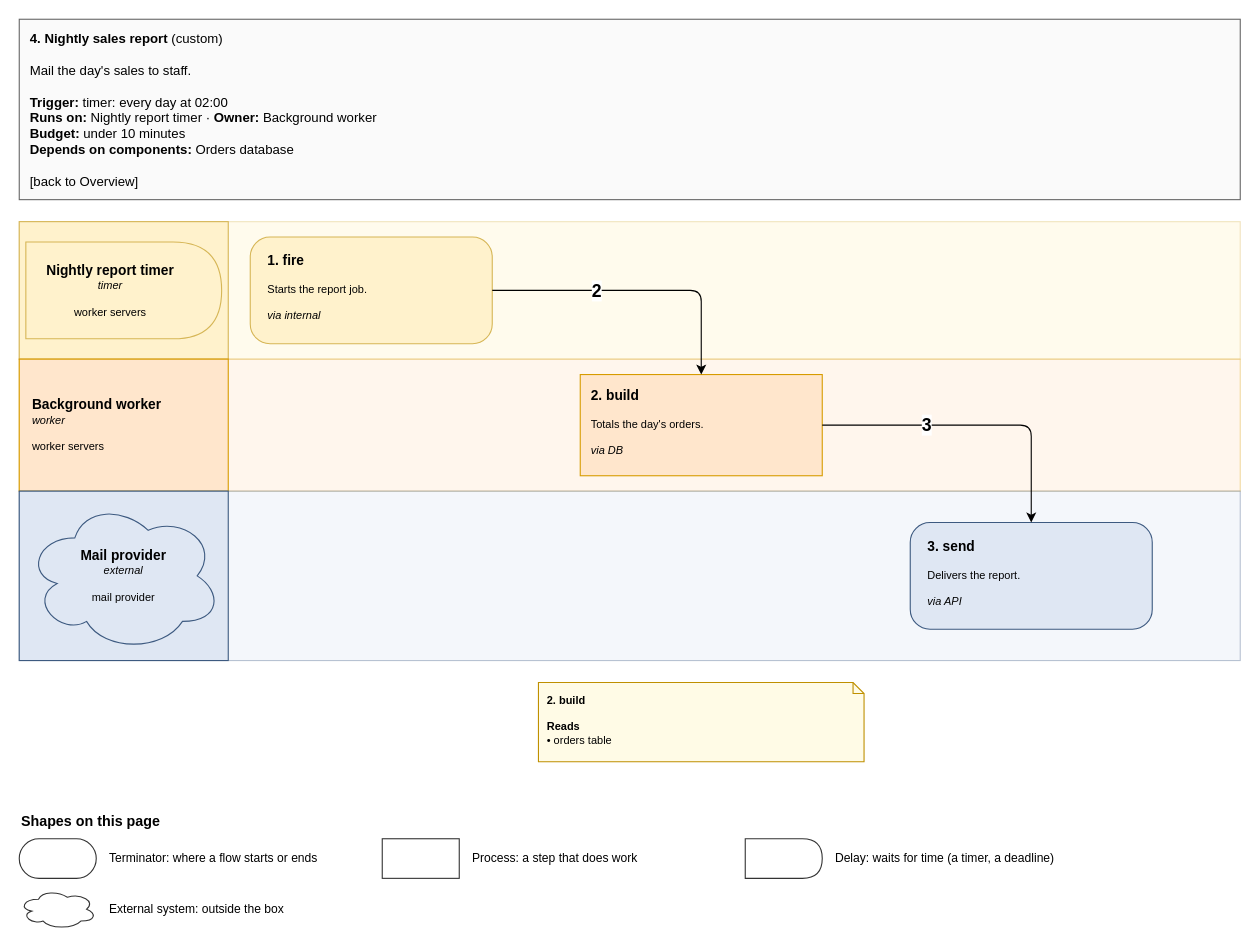
Above: page "4. Nightly sales report" (6 of 7) of specialists/platform/skill-drawio/examples/shop/drawio/flows.drawio in amalikn/skills_stuff (draw.io), before the change. Source tidied: cells renumbered, new cells numbered last; positions are measured from the earlier drawing's top-left corner, leaving out a move shared by most shapes. Both pictures are drawn from the tidied source at 110%, with x=0, y=0 at pixel (19, 19).
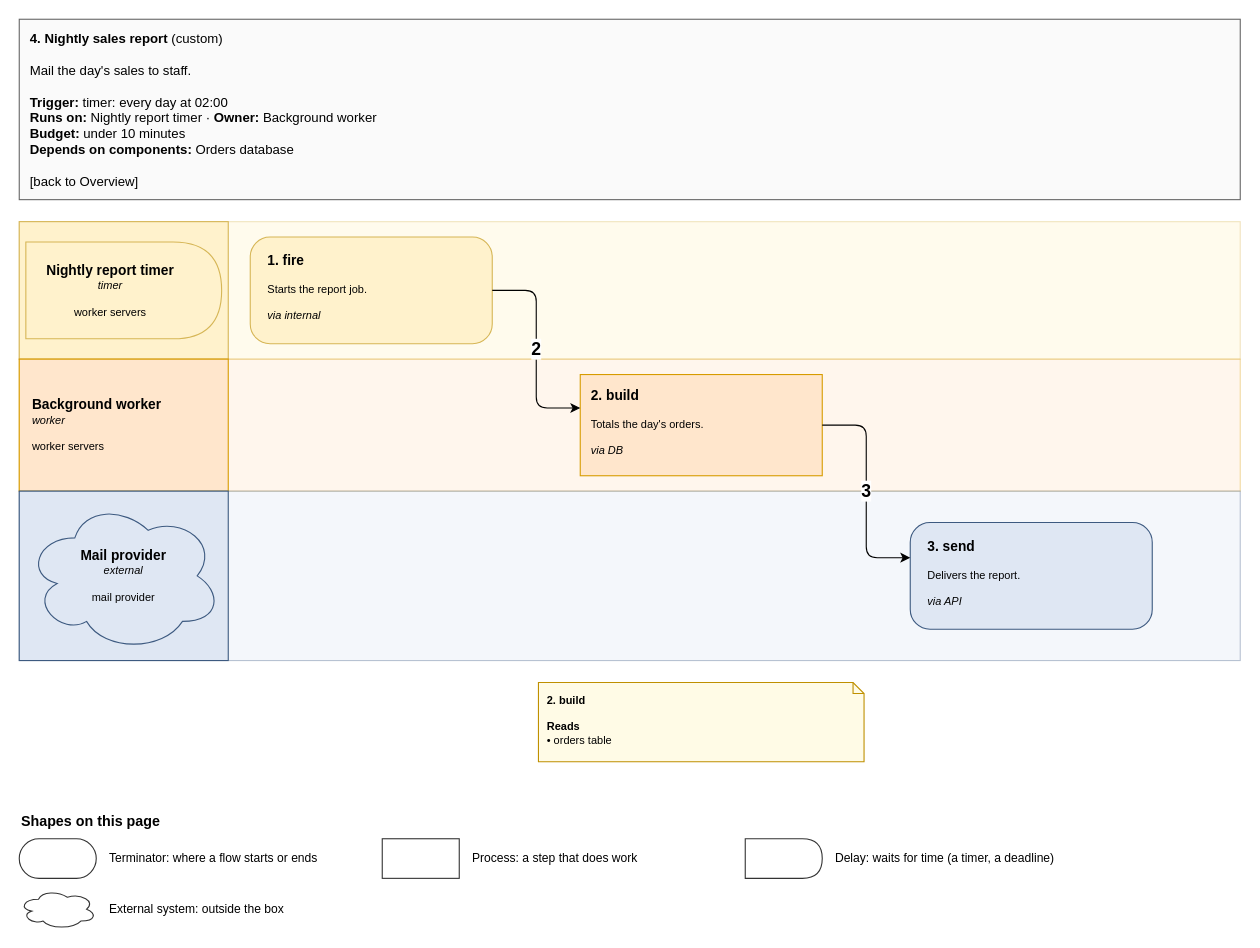
The same page after the edit.

The change refers to these unchanged cells:
```xml
<mxCell id="11" value="&lt;span style=&quot;font-size:125%&quot;&gt;&lt;b&gt;1. fire&lt;/b&gt;&lt;/span&gt;&lt;br&gt; &lt;br&gt;Starts the report job.&lt;br&gt; &lt;br&gt;&lt;i&gt;via internal&lt;/i&gt;" style="rounded=1;whiteSpace=wrap;html=1;fillColor=#fff2cc;strokeColor=#d6b656;fontSize=11;arcSize=8;fontSize=10;align=left;verticalAlign=top;spacingLeft=8;spacingRight=6;spacingTop=6;rounded=1;absoluteArcSize=1;arcSize=36;spacingLeft=14;spacingRight=12;spacingTop=8;" parent="1" vertex="1">
  <mxGeometry x="210" y="198" width="220" height="97" as="geometry" />
</mxCell>
<mxCell id="12" value="&lt;span style=&quot;font-size:125%&quot;&gt;&lt;b&gt;2. build&lt;/b&gt;&lt;/span&gt;&lt;br&gt; &lt;br&gt;Totals the day&amp;#x27;s orders.&lt;br&gt; &lt;br&gt;&lt;i&gt;via DB&lt;/i&gt;" style="rounded=1;whiteSpace=wrap;html=1;fillColor=#ffe6cc;strokeColor=#d79b00;fontSize=11;arcSize=8;fontSize=10;align=left;verticalAlign=top;spacingLeft=8;spacingRight=6;spacingTop=6;rounded=0;" parent="1" vertex="1">
  <mxGeometry x="510" y="323" width="220" height="92" as="geometry" />
</mxCell>
<mxCell id="14" value="&lt;span style=&quot;font-size:125%&quot;&gt;&lt;b&gt;3. send&lt;/b&gt;&lt;/span&gt;&lt;br&gt; &lt;br&gt;Delivers the report.&lt;br&gt; &lt;br&gt;&lt;i&gt;via API&lt;/i&gt;" style="rounded=1;whiteSpace=wrap;html=1;fillColor=#dfe7f3;strokeColor=#3d5a80;fontSize=11;arcSize=8;fontSize=10;align=left;verticalAlign=top;spacingLeft=8;spacingRight=6;spacingTop=6;rounded=1;absoluteArcSize=1;arcSize=36;spacingLeft=14;spacingRight=12;spacingTop=8;" parent="1" vertex="1">
  <mxGeometry x="810" y="457.5" width="220" height="97" as="geometry" />
</mxCell>
```

The edit, as a diff of the source:
```diff
@@
-    <mxCell id="24" style="edgeStyle=none;rounded=1;html=1;endArrow=classic;endFill=1;jumpStyle=arc;jumpSize=6;strokeColor=#000000;exitX=1;exitY=0.5;entryX=0.5;entryY=0;exitPerimeter=0;entryPerimeter=0;" parent="1" edge="1" source="11" target="12">
+    <mxCell id="24" style="edgeStyle=none;rounded=1;html=1;endArrow=classic;endFill=1;jumpStyle=arc;jumpSize=6;strokeColor=#000000;exitX=1;exitY=0.5;entryX=0;entryY=0.3304;exitPerimeter=0;entryPerimeter=0;" parent="1" edge="1" source="11" target="12">
       <mxGeometry relative="1" as="geometry">
         <Array as="points">
-          <mxPoint x="620" y="246.5" />
+          <mxPoint x="470" y="246.5" />
+          <mxPoint x="470" y="353.4" />
         </Array>
       </mxGeometry>
     </mxCell>
     <mxCell id="25" value="&lt;b&gt;2&lt;/b&gt;" style="text;html=1;align=center;verticalAlign=middle;fontSize=16;fontStyle=1;labelBackgroundColor=#ffffff;fontColor=#000000;" parent="1" vertex="1">
-      <mxGeometry x="511.5" y="235.5" width="27" height="22" as="geometry" />
+      <mxGeometry x="456.5" y="288.9" width="27" height="22" as="geometry" />
     </mxCell>
-    <mxCell id="26" style="edgeStyle=none;rounded=1;html=1;endArrow=classic;endFill=1;jumpStyle=arc;jumpSize=6;strokeColor=#000000;exitX=1;exitY=0.5;entryX=0.5;entryY=0;exitPerimeter=0;entryPerimeter=0;" parent="1" edge="1" source="12" target="14">
+    <mxCell id="26" style="edgeStyle=none;rounded=1;html=1;endArrow=classic;endFill=1;jumpStyle=arc;jumpSize=6;strokeColor=#000000;exitX=1;exitY=0.5;entryX=0;entryY=0.3299;exitPerimeter=0;entryPerimeter=0;" parent="1" edge="1" source="12" target="14">
       <mxGeometry relative="1" as="geometry">
         <Array as="points">
-          <mxPoint x="920" y="369" />
+          <mxPoint x="770" y="369" />
+          <mxPoint x="770" y="489.5" />
         </Array>
       </mxGeometry>
     </mxCell>
     <mxCell id="27" value="&lt;b&gt;3&lt;/b&gt;" style="text;html=1;align=center;verticalAlign=middle;fontSize=16;fontStyle=1;labelBackgroundColor=#ffffff;fontColor=#000000;" parent="1" vertex="1">
-      <mxGeometry x="811.5" y="358" width="27" height="22" as="geometry" />
+      <mxGeometry x="756.5" y="418.3" width="27" height="22" as="geometry" />
     </mxCell>
```
